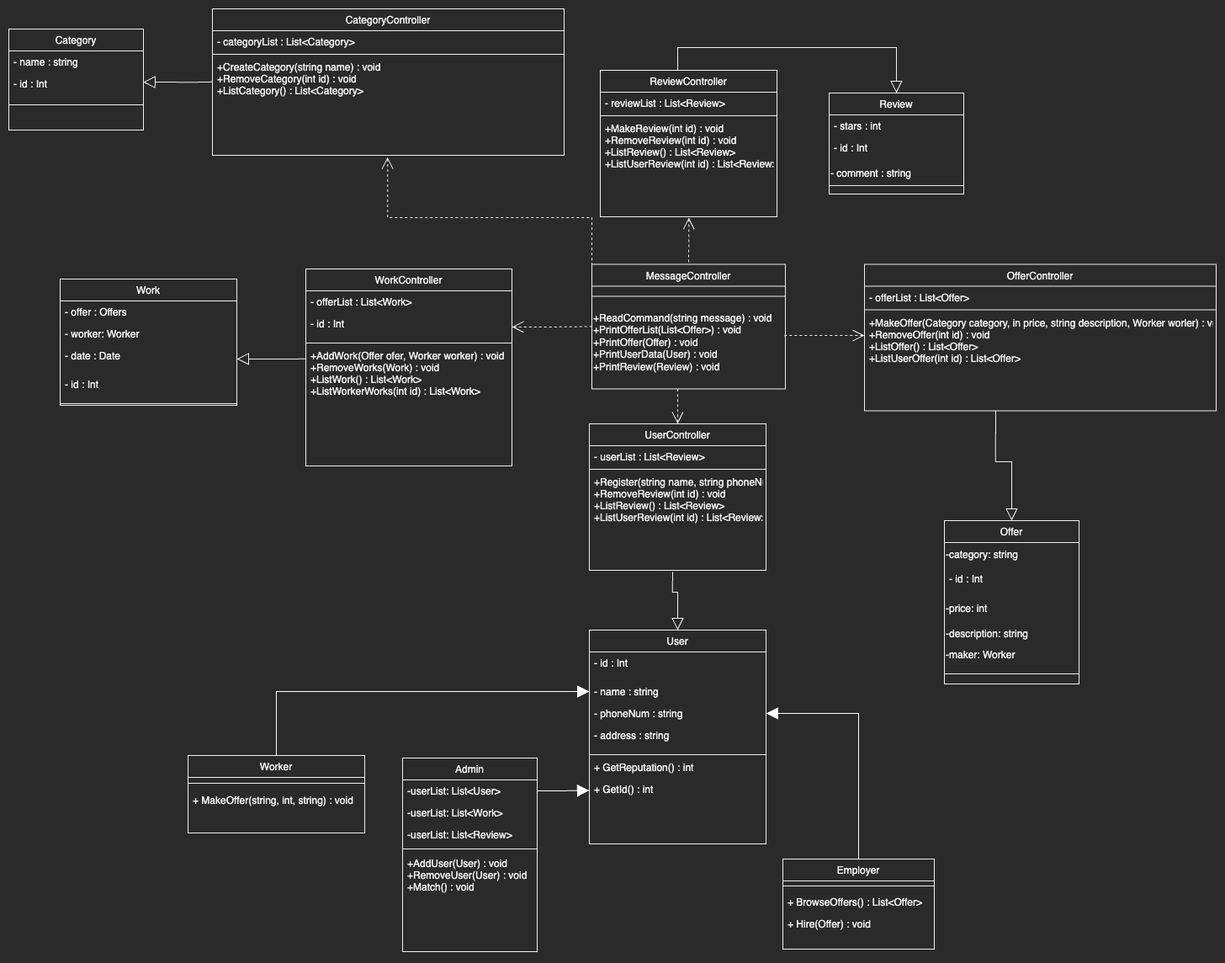
Before: UML_Proyecto.png, a diagram exported from draw.io (FranciscoAlonsoE/Proyecto). Source tidied: cells renumbered, new cells last; positions are measured from the earlier drawing's top-left corner, leaving out a move shared by most shapes.
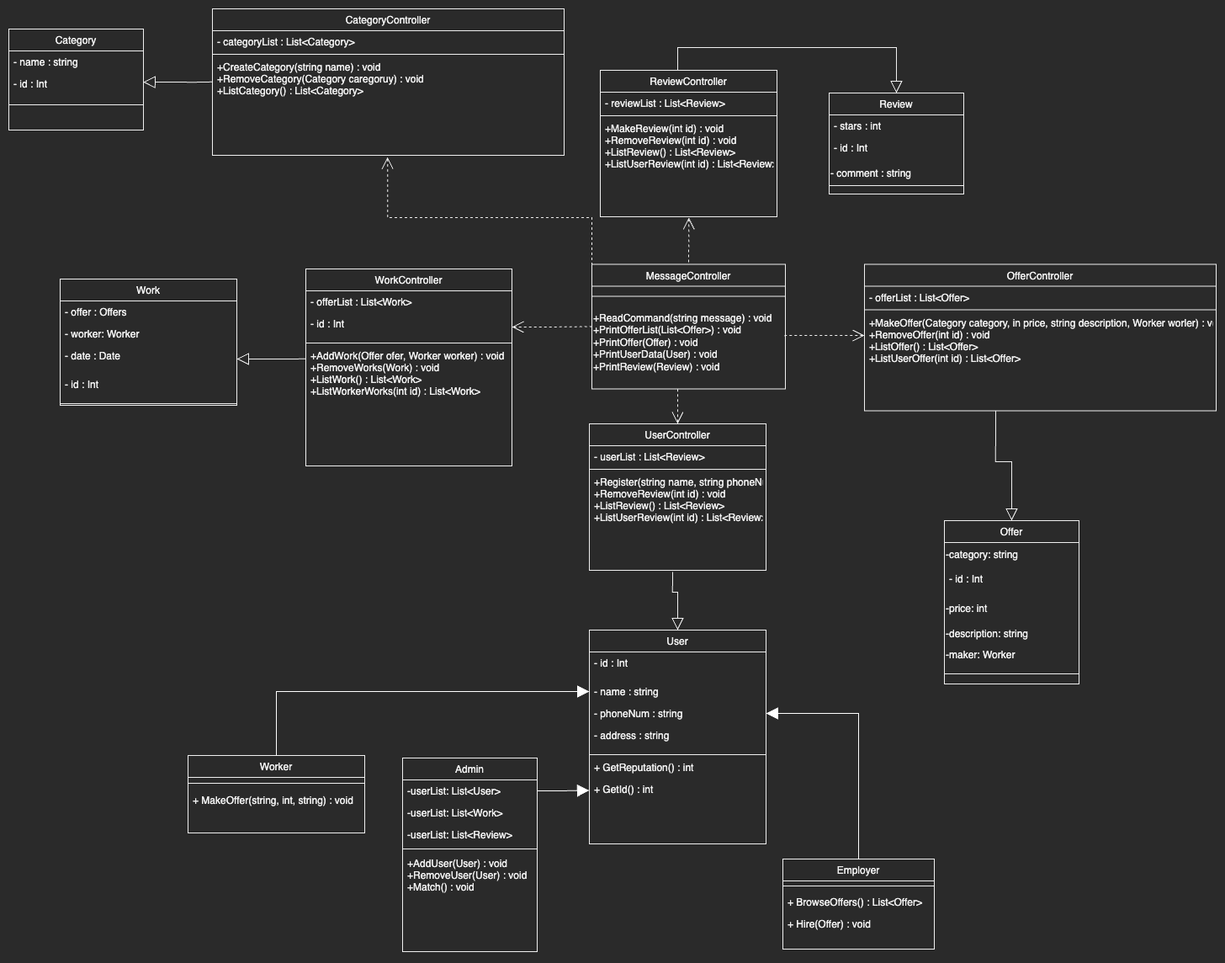
Above is the later version.

Change to the diagram source:
```diff
@@ -249,7 +249,7 @@
     <mxCell id="74" style="line;html=1;strokeWidth=1;align=left;verticalAlign=middle;spacingTop=-1;spacingLeft=3;spacingRight=3;labelPosition=right;" parent="72" vertex="1">
       <mxGeometry y="52" width="418" height="4" as="geometry" />
     </mxCell>
-    <mxCell id="75" value="+CreateCategory(string name) : void&#10;+RemoveCategory(int id) : void&#10;+ListCategory() : List&lt;Category&gt;" style="text;align=left;verticalAlign=top;spacingLeft=4;spacingRight=4;overflow=hidden;points=[[0,0.5],[1,0.5]];portConstraint=eastwest;" parent="72" vertex="1">
+    <mxCell id="75" value="+CreateCategory(string name) : void&#10;+RemoveCategory(Category caregoruy) : void&#10;+ListCategory() : List&lt;Category&gt;" style="text;align=left;verticalAlign=top;spacingLeft=4;spacingRight=4;overflow=hidden;points=[[0,0.5],[1,0.5]];portConstraint=eastwest;" parent="72" vertex="1">
       <mxGeometry y="56" width="418" height="118" as="geometry" />
     </mxCell>
     <mxCell id="76" value="Category" style="swimlane;fontStyle=0;align=center;verticalAlign=top;horizontal=1;startSize=26;rounded=0;shadow=0;strokeWidth=1;" parent="1" vertex="1">
```
